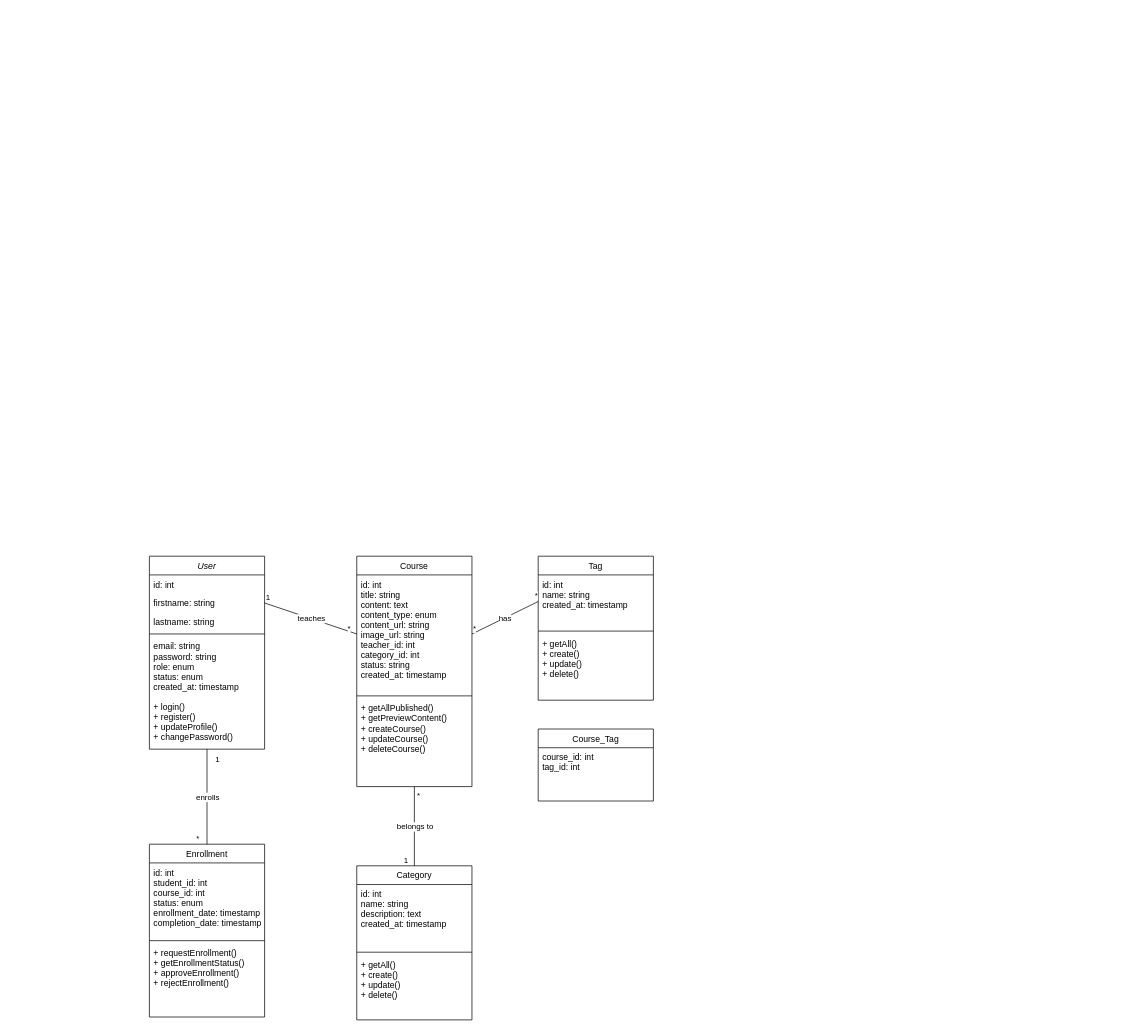
This is Diagrammes/DiagrammeClasse.dio from nolongeraregistereduser/YouDemy, a draw.io file, before an edit. Source tidied: cells renumbered, new cells numbered last; positions are measured from the earlier drawing's top-left corner, leaving out a move shared by most shapes. Both pictures are drawn from the tidied source at 72%, with x=0, y=0 at pixel (149, 556).
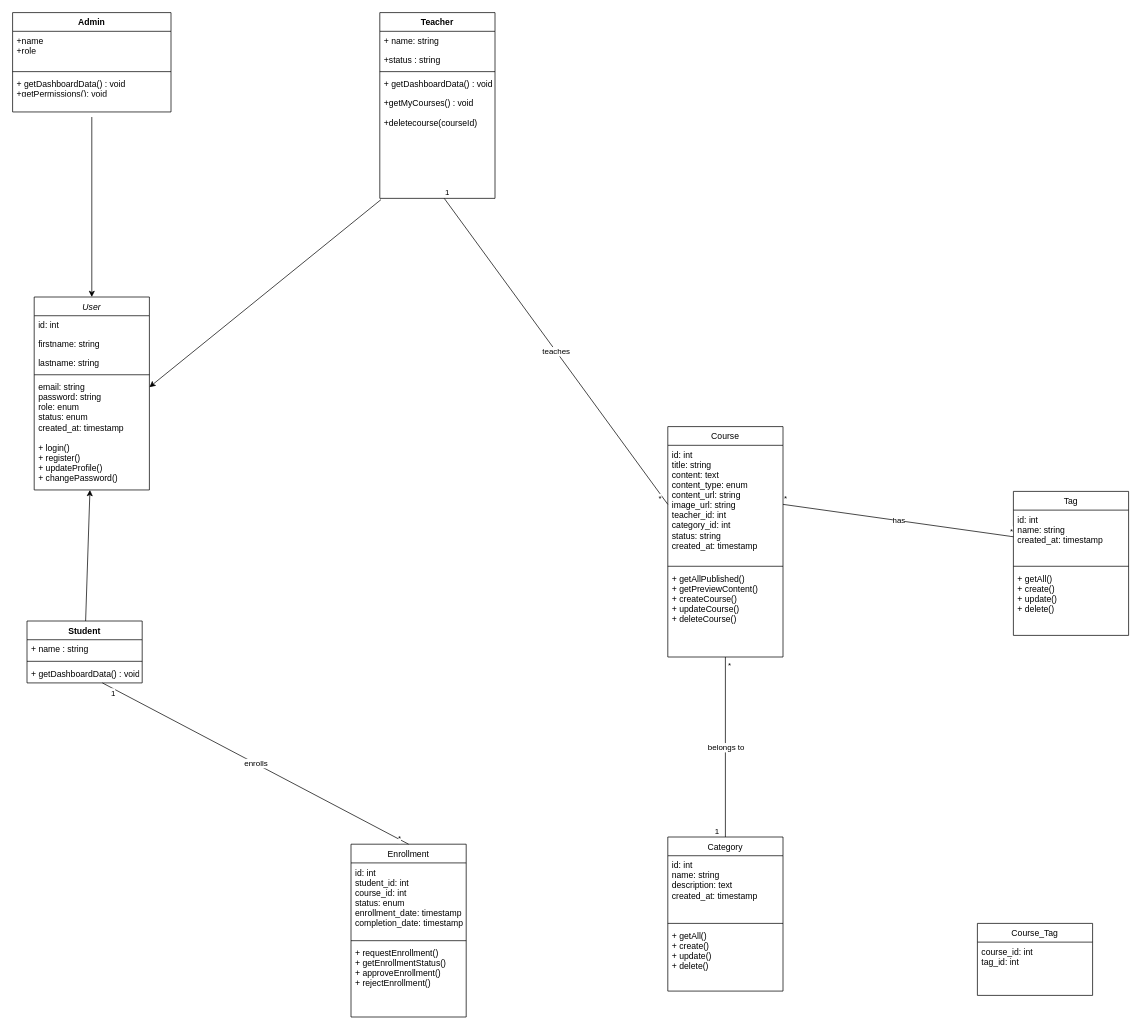
After the change.

Commit message:
Diagramme de classe

The change refers to these unchanged cells:
```xml
<mxCell id="4" value="firstname: string" style="text;align=left;verticalAlign=top;spacingLeft=4;spacingRight=4;overflow=hidden;points=[[0,0.5],[1,0.5]];portConstraint=eastwest;rounded=0;shadow=0;html=0;" parent="2" vertex="1">
  <mxGeometry y="52" width="160" height="26" as="geometry" />
</mxCell>
<mxCell id="7" value="email: string&#10;password: string&#10;role: enum&#10;status: enum&#10;created_at: timestamp&#10;&#10;+ login()&#10;+ register()&#10;+ updateProfile()&#10;+ changePassword()" style="text;align=left;verticalAlign=top;spacingLeft=4;spacingRight=4;overflow=hidden;points=[[0,0.5],[1,0.5]];portConstraint=eastwest;" parent="2" vertex="1">
  <mxGeometry y="112" width="160" height="156" as="geometry" />
</mxCell>
<mxCell id="9" value="id: int&#10;title: string&#10;content: text&#10;content_type: enum&#10;content_url: string&#10;image_url: string&#10;teacher_id: int&#10;category_id: int&#10;status: string&#10;created_at: timestamp" style="text;align=left;verticalAlign=top;spacingLeft=4;spacingRight=4;overflow=hidden;points=[[0,0.5],[1,0.5]];portConstraint=eastwest;" parent="8" vertex="1">
  <mxGeometry y="26" width="160" height="164" as="geometry" />
</mxCell>
```

Change to the diagram source:
```diff
@@
     <mxCell id="2" value="User" style="swimlane;fontStyle=2;align=center;verticalAlign=top;horizontal=1;startSize=26;rounded=0;shadow=0;strokeWidth=1;" parent="1" vertex="1">
-      <mxGeometry width="160" height="268" as="geometry" />
+      <mxGeometry x="-160" y="-360" width="160" height="268" as="geometry" />
     </mxCell>
@@
     <mxCell id="8" value="Course" style="swimlane;fontStyle=0;align=center;verticalAlign=top;horizontal=1;startSize=26;rounded=0;shadow=0;strokeWidth=1;" parent="1" vertex="1">
-      <mxGeometry x="288" width="160" height="320" as="geometry" />
+      <mxGeometry x="720" y="-180" width="160" height="320" as="geometry" />
     </mxCell>
@@
     <mxCell id="12" value="Category" style="swimlane;fontStyle=0;align=center;verticalAlign=top;horizontal=1;startSize=26;rounded=0;shadow=0;strokeWidth=1;" parent="1" vertex="1">
-      <mxGeometry x="288" y="430" width="160" height="214" as="geometry" />
+      <mxGeometry x="720" y="390" width="160" height="214" as="geometry" />
     </mxCell>
@@
     <mxCell id="16" value="Enrollment" style="swimlane;fontStyle=0;align=center;verticalAlign=top;horizontal=1;startSize=26;rounded=0;shadow=0;strokeWidth=1;" parent="1" vertex="1">
-      <mxGeometry y="400" width="160" height="240" as="geometry" />
+      <mxGeometry x="280" y="400" width="160" height="240" as="geometry" />
     </mxCell>
@@
     <mxCell id="20" value="Tag" style="swimlane;fontStyle=0;align=center;verticalAlign=top;horizontal=1;startSize=26;rounded=0;shadow=0;strokeWidth=1;" parent="1" vertex="1">
-      <mxGeometry x="540" width="160" height="200" as="geometry" />
+      <mxGeometry x="1200" y="-90" width="160" height="200" as="geometry" />
     </mxCell>
@@
     <mxCell id="24" value="Course_Tag" style="swimlane;fontStyle=0;align=center;verticalAlign=top;horizontal=1;startSize=26;rounded=0;shadow=0;strokeWidth=1;" parent="1" vertex="1">
-      <mxGeometry x="540" y="240" width="160" height="100" as="geometry" />
+      <mxGeometry x="1150" y="510" width="160" height="100" as="geometry" />
     </mxCell>
@@
-    <mxCell id="26" style="endArrow=none;html=1;rounded=0;exitX=1;exitY=0.5;exitDx=0;exitDy=0;entryX=0;entryY=0.5;entryDx=0;entryDy=0;" parent="1" edge="1" source="4" target="9">
+    <mxCell id="26" style="endArrow=none;html=1;rounded=0;entryX=0;entryY=0.5;entryDx=0;entryDy=0;" parent="1" edge="1" source="56" target="9">
       <mxGeometry relative="1" as="geometry" />
     </mxCell>
@@
-    <mxCell id="30" style="endArrow=none;html=1;rounded=0;exitX=0.5;exitY=1;exitDx=0;exitDy=0;entryX=0.5;entryY=0;entryDx=0;entryDy=0;" parent="1" edge="1" source="2" target="16">
+    <mxCell id="30" style="endArrow=none;html=1;rounded=0;entryX=0.5;entryY=0;entryDx=0;entryDy=0;" parent="1" edge="1" source="61" target="16">
       <mxGeometry relative="1" as="geometry" />
     </mxCell>
@@
+    <mxCell id="42" value="Admin" style="swimlane;fontStyle=1;align=center;verticalAlign=top;horizontal=1;startSize=26;" parent="1" vertex="1">
+      <mxGeometry x="-190" y="-755" width="220" height="138" as="geometry" />
+    </mxCell>
+    <mxCell id="43" value="+name&#10;+role&#10;" style="text;strokeColor=none;fillColor=none;align=left;verticalAlign=top;spacingLeft=4;spacingRight=4;overflow=hidden;" parent="42" vertex="1">
+      <mxGeometry y="26" width="220" height="26" as="geometry" />
+    </mxCell>
+    <mxCell id="44" style="text;strokeColor=none;fillColor=none;align=left;verticalAlign=top;spacingLeft=4;spacingRight=4;overflow=hidden;" parent="42" vertex="1">
+      <mxGeometry y="52" width="220" height="26" as="geometry" />
+    </mxCell>
+    <mxCell id="45" style="line;strokeWidth=1;fillColor=none;align=left;verticalAlign=middle;spacingTop=-1;spacingLeft=3;spacingRight=3;labelPosition=right;strokeColor=inherit;" parent="42" vertex="1">
+      <mxGeometry y="78" width="220" height="8" as="geometry" />
+    </mxCell>
+    <mxCell id="46" value="+ getDashboardData() : void&#10;+getPermissions(): void" style="text;strokeColor=none;fillColor=none;align=left;verticalAlign=top;spacingLeft=4;spacingRight=4;overflow=hidden;" parent="42" vertex="1">
+      <mxGeometry y="86" width="220" height="26" as="geometry" />
+    </mxCell>
+    <mxCell id="47" style="text;strokeColor=none;fillColor=none;align=left;verticalAlign=top;spacingLeft=4;spacingRight=4;overflow=hidden;" parent="42" vertex="1">
+      <mxGeometry y="112" width="220" height="26" as="geometry" />
+    </mxCell>
+    <mxCell id="48" value="Teacher" style="swimlane;fontStyle=1;align=center;verticalAlign=top;horizontal=1;startSize=26;" parent="1" vertex="1">
+      <mxGeometry x="320" y="-755" width="160" height="258" as="geometry" />
+    </mxCell>
+    <mxCell id="49" value="+ name: string" style="text;strokeColor=none;fillColor=none;align=left;verticalAlign=top;spacingLeft=4;spacingRight=4;overflow=hidden;" parent="48" vertex="1">
+      <mxGeometry y="26" width="160" height="26" as="geometry" />
+    </mxCell>
+    <mxCell id="50" value="+status : string" style="text;strokeColor=none;fillColor=none;align=left;verticalAlign=top;spacingLeft=4;spacingRight=4;overflow=hidden;" parent="48" vertex="1">
+      <mxGeometry y="52" width="160" height="26" as="geometry" />
+    </mxCell>
+    <mxCell id="51" style="line;strokeWidth=1;fillColor=none;align=left;verticalAlign=middle;spacingTop=-1;spacingLeft=3;spacingRight=3;labelPosition=right;strokeColor=inherit;" parent="48" vertex="1">
+      <mxGeometry y="78" width="160" height="8" as="geometry" />
+    </mxCell>
+    <mxCell id="52" value="+ getDashboardData() : void&#10;" style="text;strokeColor=none;fillColor=none;align=left;verticalAlign=top;spacingLeft=4;spacingRight=4;overflow=hidden;" parent="48" vertex="1">
+      <mxGeometry y="86" width="160" height="26" as="geometry" />
+    </mxCell>
+    <mxCell id="53" value="+getMyCourses() : void&#10;&#10;+deletecourse(courseId)&#10;" style="text;strokeColor=none;fillColor=none;align=left;verticalAlign=top;spacingLeft=4;spacingRight=4;overflow=hidden;" parent="48" vertex="1">
+      <mxGeometry y="112" width="160" height="68" as="geometry" />
+    </mxCell>
+    <mxCell id="54" style="text;strokeColor=none;fillColor=none;align=left;verticalAlign=top;spacingLeft=4;spacingRight=4;overflow=hidden;" parent="48" vertex="1">
+      <mxGeometry y="180" width="160" height="26" as="geometry" />
+    </mxCell>
+    <mxCell id="55" style="text;strokeColor=none;fillColor=none;align=left;verticalAlign=top;spacingLeft=4;spacingRight=4;overflow=hidden;" parent="48" vertex="1">
+      <mxGeometry y="206" width="160" height="26" as="geometry" />
+    </mxCell>
+    <mxCell id="56" style="text;strokeColor=none;fillColor=none;align=left;verticalAlign=top;spacingLeft=4;spacingRight=4;overflow=hidden;points=[[0,0.5],[1,0.5]];portConstraint=eastwest;" parent="48" vertex="1">
+      <mxGeometry y="232" width="160" height="26" as="geometry" />
+    </mxCell>
+    <mxCell id="57" style="edgeStyle=none;html=1;" parent="1" edge="1" source="58" target="7">
+      <mxGeometry relative="1" as="geometry" />
+    </mxCell>
+    <mxCell id="58" value="Student" style="swimlane;fontStyle=1;align=center;verticalAlign=top;horizontal=1;startSize=26;" parent="1" vertex="1">
+      <mxGeometry x="-170" y="90" width="160" height="86" as="geometry" />
+    </mxCell>
+    <mxCell id="59" value="+ name : string" style="text;strokeColor=none;fillColor=none;align=left;verticalAlign=top;spacingLeft=4;spacingRight=4;overflow=hidden;" parent="58" vertex="1">
+      <mxGeometry y="26" width="160" height="26" as="geometry" />
+    </mxCell>
+    <mxCell id="60" style="line;strokeWidth=1;fillColor=none;align=left;verticalAlign=middle;spacingTop=-1;spacingLeft=3;spacingRight=3;labelPosition=right;strokeColor=inherit;" parent="58" vertex="1">
+      <mxGeometry y="52" width="160" height="8" as="geometry" />
+    </mxCell>
+    <mxCell id="61" value="+ getDashboardData() : void" style="text;strokeColor=none;fillColor=none;align=left;verticalAlign=top;spacingLeft=4;spacingRight=4;overflow=hidden;points=[[0,0.5],[1,0.5]];portConstraint=eastwest;" parent="58" vertex="1">
+      <mxGeometry y="60" width="160" height="26" as="geometry" />
+    </mxCell>
+    <mxCell id="62" style="edgeStyle=none;html=1;exitX=0.01;exitY=1.07;exitDx=0;exitDy=0;exitPerimeter=0;" parent="1" edge="1" source="56" target="7">
+      <mxGeometry relative="1" as="geometry" />
+    </mxCell>
+    <mxCell id="63" style="edgeStyle=none;html=1;entryX=0.5;entryY=0;entryDx=0;entryDy=0;" parent="1" edge="1" target="2">
+      <mxGeometry relative="1" as="geometry">
+        <mxPoint x="-80" y="-610" as="sourcePoint" />
+      </mxGeometry>
+    </mxCell>
```
